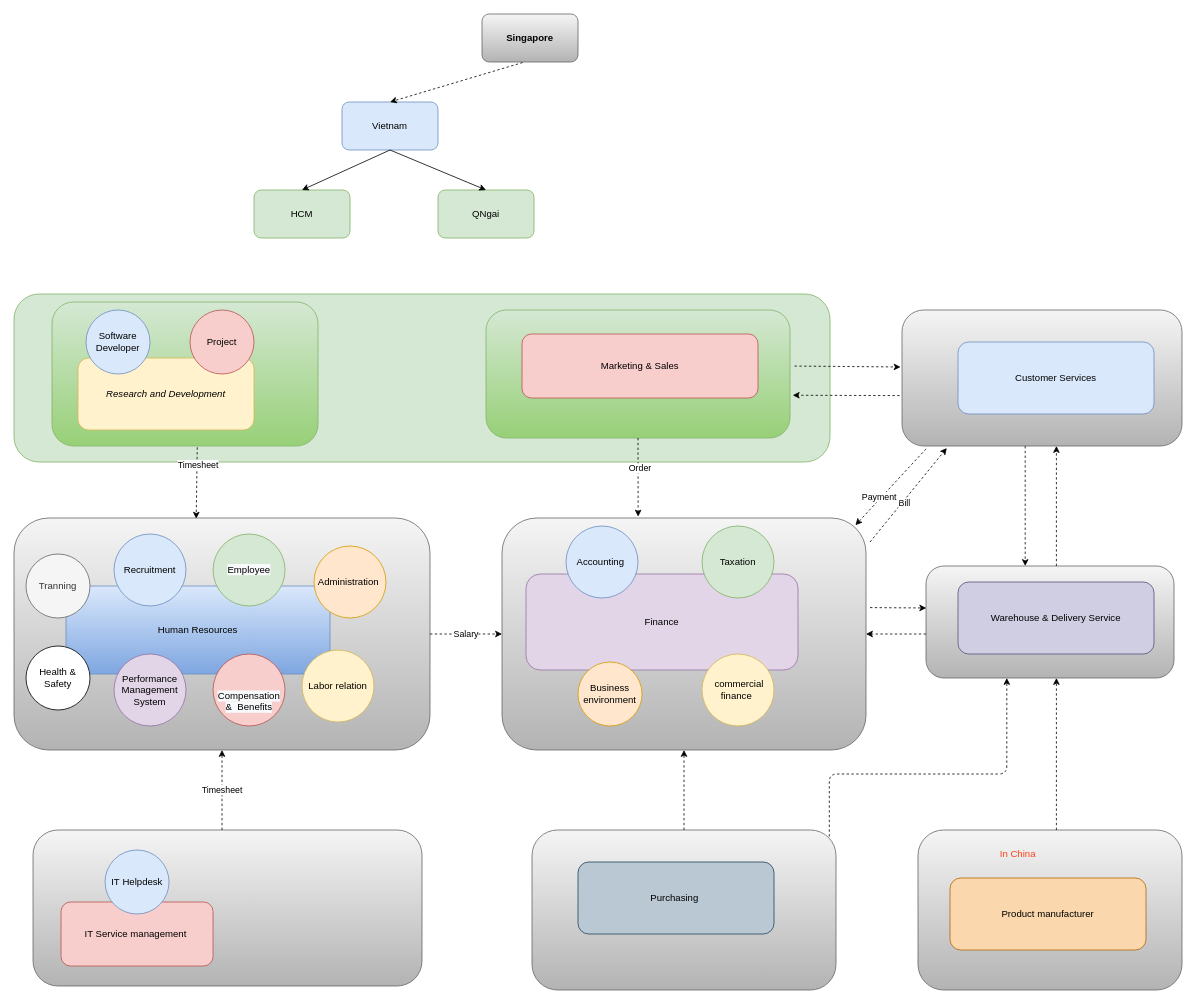
letrthong/business keeps this draw.io diagram as page "Org_Chart" (1 of 3) of 04_docs/Department_Organizational_chart.drawio. Above is the earlier version. Source tidied: cells renumbered, new cells numbered last; positions are measured from the earlier drawing's top-left corner, leaving out a move shared by most shapes. Both pictures are drawn from the tidied source at 80%, with x=0, y=0 at pixel (14, 14).
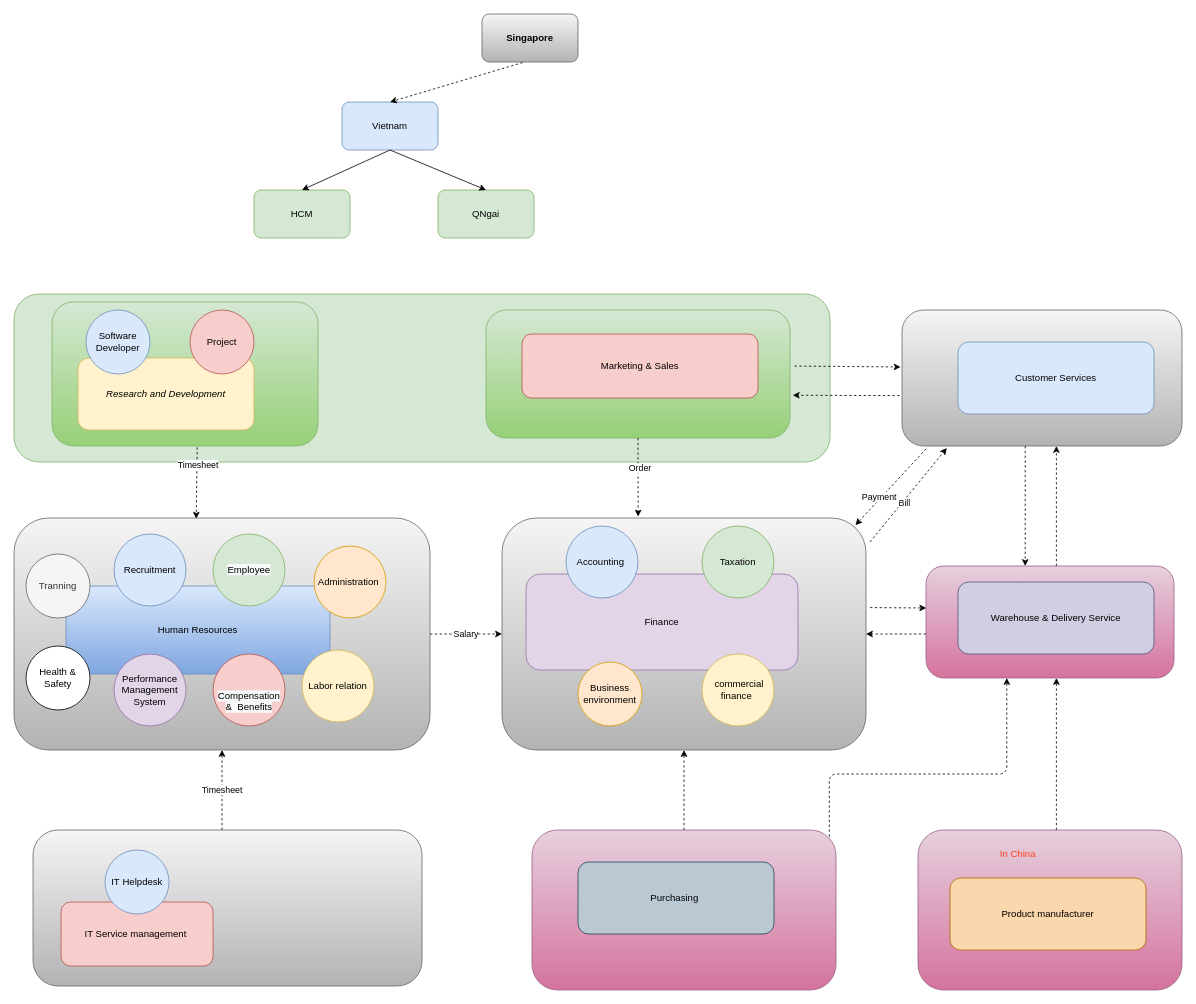
The same page after the edit.

The edit, as a diff of the source:
```diff
@@
-    <mxCell id="3" style="rounded=1;whiteSpace=wrap;html=1;gradientColor=#b3b3b3;fillColor=#f5f5f5;strokeColor=#666666;arcSize=16;" parent="1" vertex="1">
+    <mxCell id="3" style="rounded=1;whiteSpace=wrap;html=1;gradientColor=#d5739d;fillColor=#e6d0de;strokeColor=#996185;arcSize=16;" parent="1" vertex="1">
       <mxGeometry x="1130" y="1020" width="330" height="200" as="geometry" />
     </mxCell>
-    <mxCell id="4" style="rounded=1;whiteSpace=wrap;html=1;gradientColor=#b3b3b3;fillColor=#f5f5f5;strokeColor=#666666;arcSize=16;" parent="1" vertex="1">
+    <mxCell id="4" style="rounded=1;whiteSpace=wrap;html=1;gradientColor=#d5739d;fillColor=#e6d0de;strokeColor=#996185;arcSize=16;" parent="1" vertex="1">
       <mxGeometry x="647.5" y="1020" width="380" height="200" as="geometry" />
     </mxCell>
-    <mxCell id="5" style="rounded=1;whiteSpace=wrap;html=1;gradientColor=#b3b3b3;fillColor=#f5f5f5;strokeColor=#666666;arcSize=16;" parent="1" vertex="1">
+    <mxCell id="5" style="rounded=1;whiteSpace=wrap;html=1;gradientColor=#d5739d;fillColor=#e6d0de;strokeColor=#996185;arcSize=16;" parent="1" vertex="1">
       <mxGeometry x="1140" y="690" width="310" height="140" as="geometry" />
     </mxCell>
```
